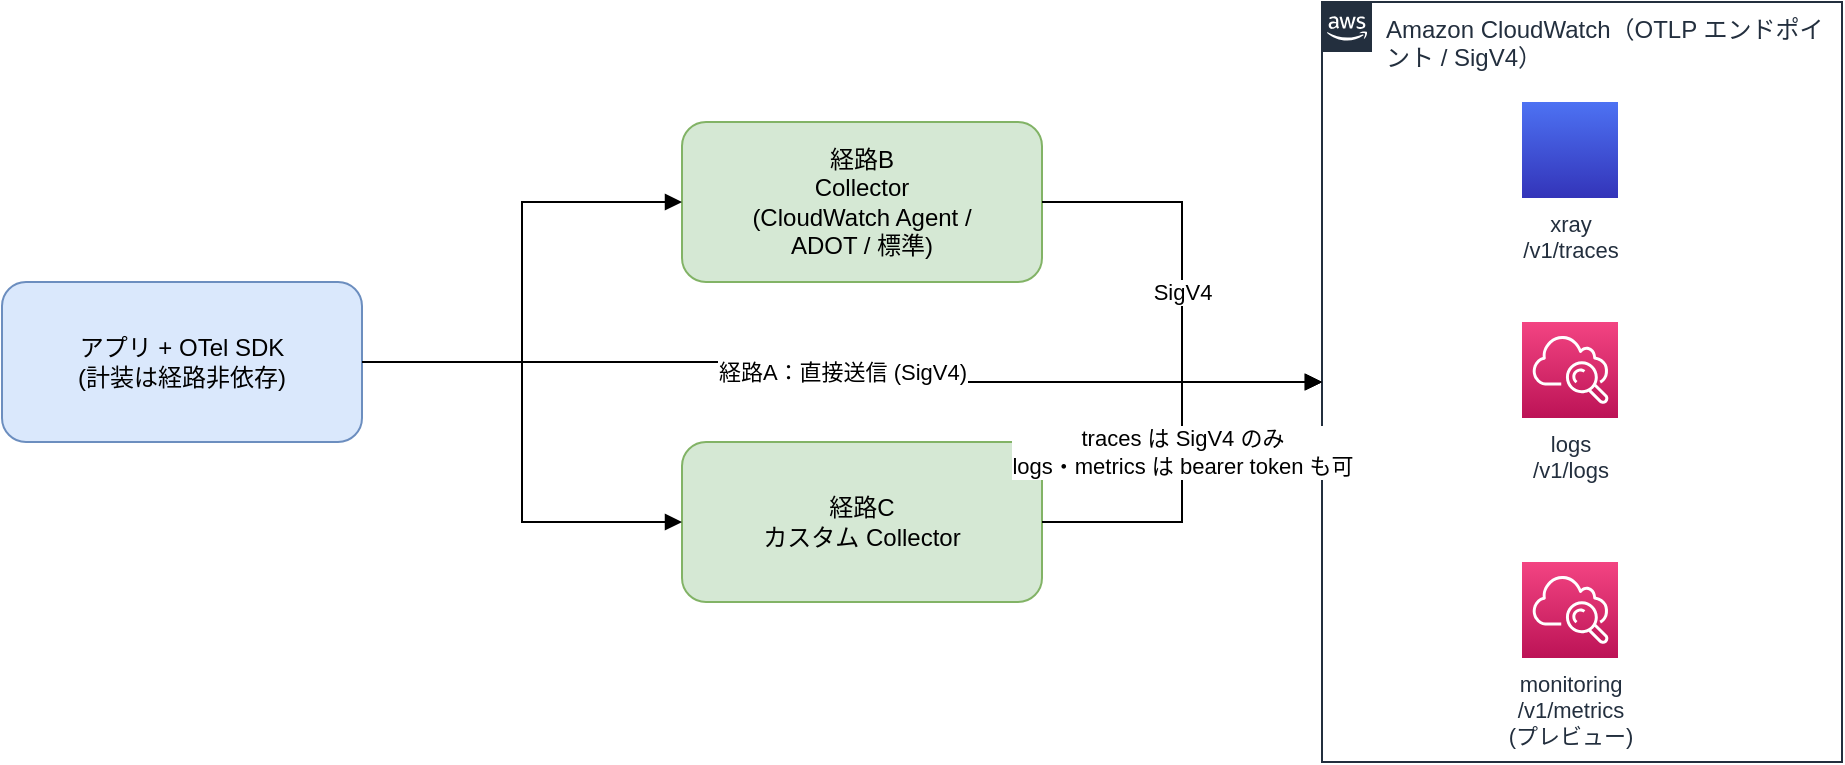
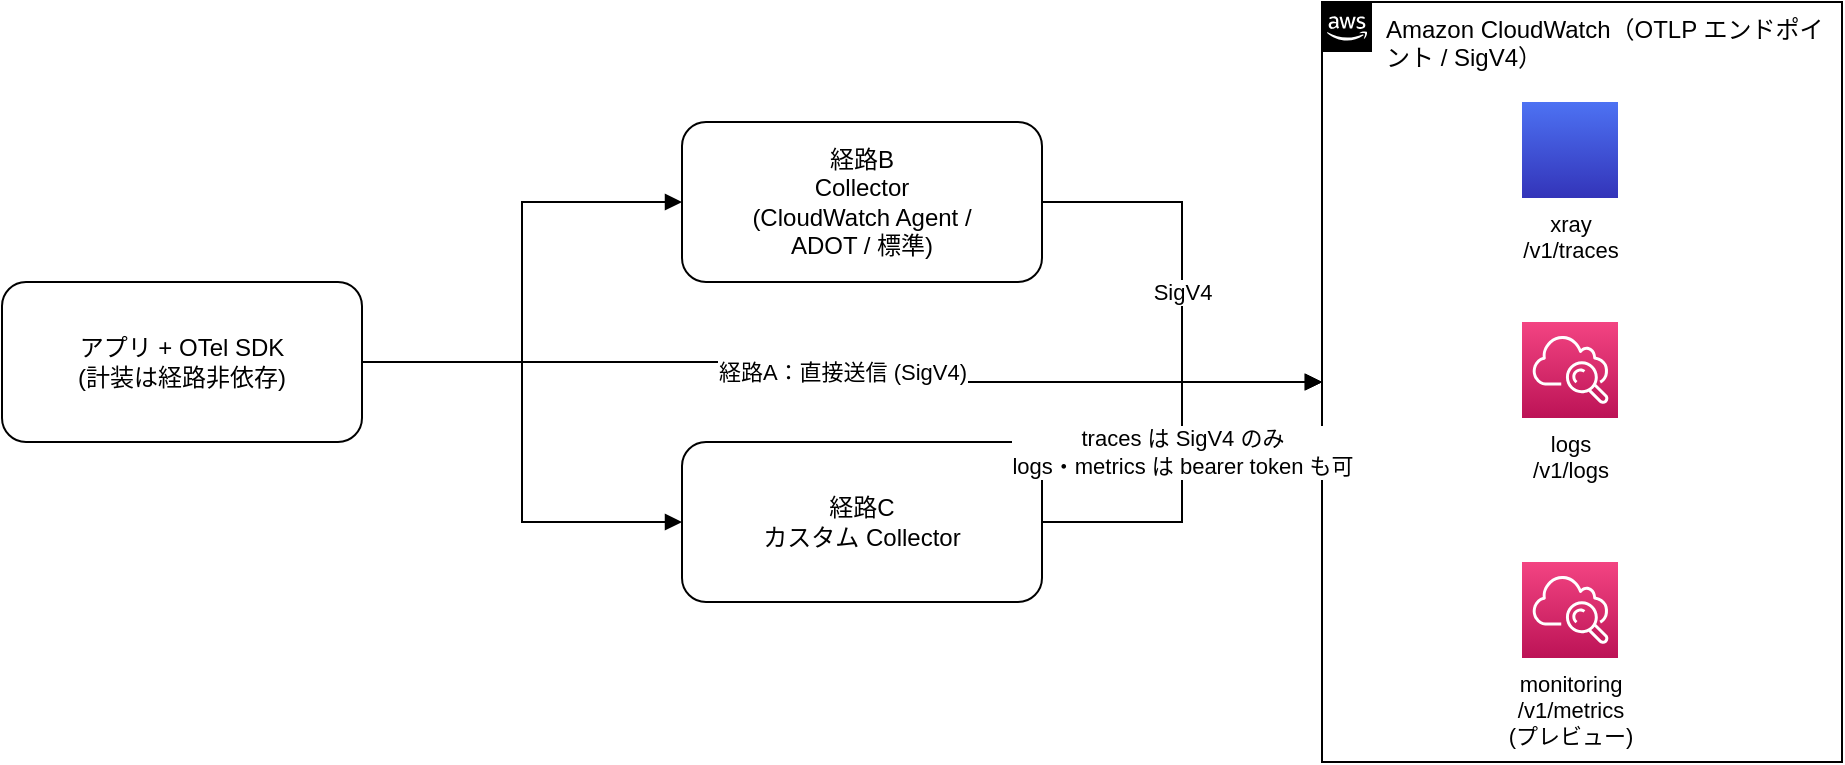
<mxfile host="app.diagrams.net">
    <diagram id="otel-fig1" name="図1 意思決定の全体地図">
        <mxGraphModel dx="1200" dy="800" grid="1" gridSize="10" guides="1" tooltips="1" connect="1" arrows="1" fold="1" page="1" pageScale="1" pageWidth="1000" pageHeight="620" math="0" shadow="0">
            <root>
                <mxCell id="0"/>
                <mxCell id="1" parent="0"/>
-                 <mxCell id="app" value="アプリ + OTel SDK&#10;(計装は経路非依存)" style="rounded=1;whiteSpace=wrap;html=1;fillColor=#dae8fc;strokeColor=#6c8ebf;fontSize=12;" parent="1" vertex="1">
+                 <mxCell id="app" value="アプリ + OTel SDK&#10;(計装は経路非依存)" style="rounded=1;whiteSpace=wrap;html=1;fillColor=#ffffff;strokeColor=#000000;fontSize=12;" parent="1" vertex="1">
                    <mxGeometry x="40" y="260" width="180" height="80" as="geometry"/>
                </mxCell>
-                 <mxCell id="colb" value="経路B&#10;Collector&#10;(CloudWatch Agent /&#10;ADOT / 標準)" style="rounded=1;whiteSpace=wrap;html=1;fillColor=#d5e8d4;strokeColor=#82b366;fontSize=12;" parent="1" vertex="1">
+                 <mxCell id="colb" value="経路B&#10;Collector&#10;(CloudWatch Agent /&#10;ADOT / 標準)" style="rounded=1;whiteSpace=wrap;html=1;fillColor=#ffffff;strokeColor=#000000;fontSize=12;" parent="1" vertex="1">
                    <mxGeometry x="380" y="180" width="180" height="80" as="geometry"/>
                </mxCell>
-                 <mxCell id="colc" value="経路C&#10;カスタム Collector" style="rounded=1;whiteSpace=wrap;html=1;fillColor=#d5e8d4;strokeColor=#82b366;fontSize=12;" parent="1" vertex="1">
+                 <mxCell id="colc" value="経路C&#10;カスタム Collector" style="rounded=1;whiteSpace=wrap;html=1;fillColor=#ffffff;strokeColor=#000000;fontSize=12;" parent="1" vertex="1">
                    <mxGeometry x="380" y="340" width="180" height="80" as="geometry"/>
                </mxCell>
-                 <mxCell id="cw" value="Amazon CloudWatch（OTLP エンドポイント / SigV4）" style="points=[[0,0],[0.25,0],[0.5,0],[0.75,0],[1,0],[1,0.25],[1,0.5],[1,0.75],[1,1],[0.75,1],[0.5,1],[0.25,1],[0,1],[0,0.75],[0,0.5],[0,0.25]];outlineConnect=0;gradientColor=none;html=1;whiteSpace=wrap;fontSize=12;fontStyle=0;container=1;pointerEvents=0;collapsible=0;recursiveResize=0;shape=mxgraph.aws4.group;grIcon=mxgraph.aws4.group_aws_cloud_alt;strokeColor=#232F3E;fillColor=none;verticalAlign=top;align=left;spacingLeft=30;fontColor=#232F3E;dashed=0;" parent="1" vertex="1">
+                 <mxCell id="cw" value="Amazon CloudWatch（OTLP エンドポイント / SigV4）" style="points=[[0,0],[0.25,0],[0.5,0],[0.75,0],[1,0],[1,0.25],[1,0.5],[1,0.75],[1,1],[0.75,1],[0.5,1],[0.25,1],[0,1],[0,0.75],[0,0.5],[0,0.25]];outlineConnect=0;gradientColor=none;html=1;whiteSpace=wrap;fontSize=12;fontStyle=0;container=1;pointerEvents=0;collapsible=0;recursiveResize=0;shape=mxgraph.aws4.group;grIcon=mxgraph.aws4.group_aws_cloud_alt;strokeColor=#000000;fillColor=none;verticalAlign=top;align=left;spacingLeft=30;fontColor=#000000;dashed=0;" parent="1" vertex="1">
                    <mxGeometry x="700" y="120" width="260" height="380" as="geometry"/>
                </mxCell>
-                 <mxCell id="xray" value="xray&#10;/v1/traces" style="sketch=0;points=[[0,0,0],[0.25,0,0],[0.5,0,0],[0.75,0,0],[1,0,0],[0,1,0],[0.25,1,0],[0.5,1,0],[0.75,1,0],[1,1,0],[0,0.25,0],[0,0.5,0],[0,0.75,0],[1,0.25,0],[1,0.5,0],[1,0.75,0]];outlineConnect=0;fontColor=#232F3E;gradientColor=#4D72F3;gradientDirection=north;fillColor=#3334B9;strokeColor=#ffffff;dashed=0;verticalLabelPosition=bottom;verticalAlign=top;align=center;html=1;fontSize=11;fontStyle=0;aspect=fixed;shape=mxgraph.aws4.resourceIcon;resIcon=mxgraph.aws4.x_ray;" parent="cw" vertex="1">
+                 <mxCell id="xray" value="xray&#10;/v1/traces" style="sketch=0;points=[[0,0,0],[0.25,0,0],[0.5,0,0],[0.75,0,0],[1,0,0],[0,1,0],[0.25,1,0],[0.5,1,0],[0.75,1,0],[1,1,0],[0,0.25,0],[0,0.5,0],[0,0.75,0],[1,0.25,0],[1,0.5,0],[1,0.75,0]];outlineConnect=0;fontColor=#000000;gradientColor=#4D72F3;gradientDirection=north;fillColor=#3334B9;strokeColor=#ffffff;dashed=0;verticalLabelPosition=bottom;verticalAlign=top;align=center;html=1;fontSize=11;fontStyle=0;aspect=fixed;shape=mxgraph.aws4.resourceIcon;resIcon=mxgraph.aws4.x_ray;" parent="cw" vertex="1">
                    <mxGeometry x="100" y="50" width="48" height="48" as="geometry"/>
                </mxCell>
-                 <mxCell id="logs" value="logs&#10;/v1/logs" style="sketch=0;points=[[0,0,0],[0.25,0,0],[0.5,0,0],[0.75,0,0],[1,0,0],[0,1,0],[0.25,1,0],[0.5,1,0],[0.75,1,0],[1,1,0],[0,0.25,0],[0,0.5,0],[0,0.75,0],[1,0.25,0],[1,0.5,0],[1,0.75,0]];outlineConnect=0;fontColor=#232F3E;gradientColor=#F34482;gradientDirection=north;fillColor=#BC1356;strokeColor=#ffffff;dashed=0;verticalLabelPosition=bottom;verticalAlign=top;align=center;html=1;fontSize=11;fontStyle=0;aspect=fixed;shape=mxgraph.aws4.resourceIcon;resIcon=mxgraph.aws4.cloudwatch;" parent="cw" vertex="1">
+                 <mxCell id="logs" value="logs&#10;/v1/logs" style="sketch=0;points=[[0,0,0],[0.25,0,0],[0.5,0,0],[0.75,0,0],[1,0,0],[0,1,0],[0.25,1,0],[0.5,1,0],[0.75,1,0],[1,1,0],[0,0.25,0],[0,0.5,0],[0,0.75,0],[1,0.25,0],[1,0.5,0],[1,0.75,0]];outlineConnect=0;fontColor=#000000;gradientColor=#F34482;gradientDirection=north;fillColor=#BC1356;strokeColor=#ffffff;dashed=0;verticalLabelPosition=bottom;verticalAlign=top;align=center;html=1;fontSize=11;fontStyle=0;aspect=fixed;shape=mxgraph.aws4.resourceIcon;resIcon=mxgraph.aws4.cloudwatch;" parent="cw" vertex="1">
                    <mxGeometry x="100" y="160" width="48" height="48" as="geometry"/>
                </mxCell>
-                 <mxCell id="mon" value="monitoring&#10;/v1/metrics&#10;(プレビュー)" style="sketch=0;points=[[0,0,0],[0.25,0,0],[0.5,0,0],[0.75,0,0],[1,0,0],[0,1,0],[0.25,1,0],[0.5,1,0],[0.75,1,0],[1,1,0],[0,0.25,0],[0,0.5,0],[0,0.75,0],[1,0.25,0],[1,0.5,0],[1,0.75,0]];outlineConnect=0;fontColor=#232F3E;gradientColor=#F34482;gradientDirection=north;fillColor=#BC1356;strokeColor=#ffffff;dashed=0;verticalLabelPosition=bottom;verticalAlign=top;align=center;html=1;fontSize=11;fontStyle=0;aspect=fixed;shape=mxgraph.aws4.resourceIcon;resIcon=mxgraph.aws4.cloudwatch;" parent="cw" vertex="1">
+                 <mxCell id="mon" value="monitoring&#10;/v1/metrics&#10;(プレビュー)" style="sketch=0;points=[[0,0,0],[0.25,0,0],[0.5,0,0],[0.75,0,0],[1,0,0],[0,1,0],[0.25,1,0],[0.5,1,0],[0.75,1,0],[1,1,0],[0,0.25,0],[0,0.5,0],[0,0.75,0],[1,0.25,0],[1,0.5,0],[1,0.75,0]];outlineConnect=0;fontColor=#000000;gradientColor=#F34482;gradientDirection=north;fillColor=#BC1356;strokeColor=#ffffff;dashed=0;verticalLabelPosition=bottom;verticalAlign=top;align=center;html=1;fontSize=11;fontStyle=0;aspect=fixed;shape=mxgraph.aws4.resourceIcon;resIcon=mxgraph.aws4.cloudwatch;" parent="cw" vertex="1">
                    <mxGeometry x="100" y="280" width="48" height="48" as="geometry"/>
                </mxCell>
                <mxCell id="ea" value="経路A：直接送信 (SigV4)" style="edgeStyle=orthogonalEdgeStyle;rounded=0;html=1;endArrow=block;fontSize=11;" parent="1" source="app" target="cw" edge="1">
                    <mxGeometry relative="1" as="geometry"/>
                </mxCell>
                <mxCell id="eb1" value="" style="edgeStyle=orthogonalEdgeStyle;rounded=0;html=1;endArrow=block;" parent="1" source="app" target="colb" edge="1">
                    <mxGeometry relative="1" as="geometry"/>
                </mxCell>
                <mxCell id="ec1" value="" style="edgeStyle=orthogonalEdgeStyle;rounded=0;html=1;endArrow=block;" parent="1" source="app" target="colc" edge="1">
                    <mxGeometry relative="1" as="geometry"/>
                </mxCell>
                <mxCell id="eb2" value="SigV4" style="edgeStyle=orthogonalEdgeStyle;rounded=0;html=1;endArrow=block;fontSize=11;" parent="1" source="colb" target="cw" edge="1">
                    <mxGeometry relative="1" as="geometry"/>
                </mxCell>
                <mxCell id="ec2" value="traces は SigV4 のみ&#10;logs・metrics は bearer token も可" style="edgeStyle=orthogonalEdgeStyle;rounded=0;html=1;endArrow=block;fontSize=11;" parent="1" source="colc" target="cw" edge="1">
                    <mxGeometry relative="1" as="geometry"/>
                </mxCell>
            </root>
        </mxGraphModel>
    </diagram>
</mxfile>
